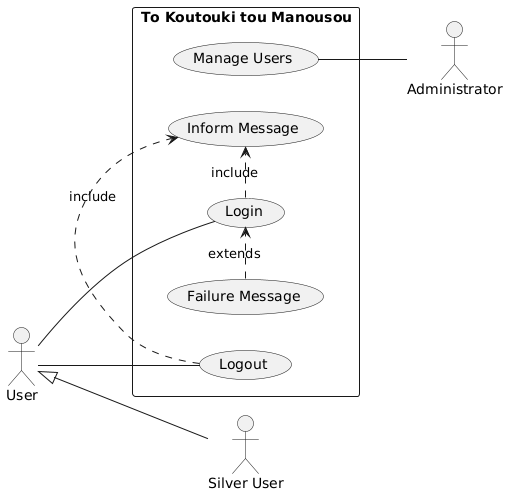
The PlantUML diagram use-case.png in softwareDesign24/collaborateUML-ucd, before a commit.
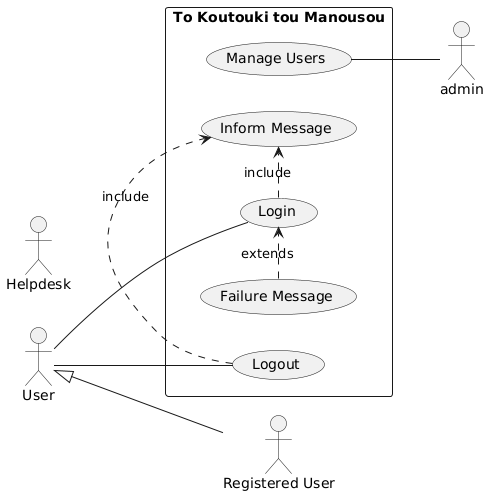
Later version of the same file.

Commit message:
Automated UML diagram generation

What changed in the source:
```diff
@@ -3,8 +3,9 @@
 left to right direction
 
 actor "User" as usr
-actor "Silver User" as s_usr
-actor "Administrator" as admin
+actor "Helpdesk" as hlpdsk
+actor "Registered User" as r_usr
+usr <|-- r_usr
 
 rectangle "To Koutouki tou Manousou" {
   usecase "Login" as UC1
@@ -12,17 +13,55 @@
   usecase "Manage Users" as UC3
   usecase "Inform Message" as UC4
   usecase "Failure Message" as UC5
+
+
+
+
+
+
+
+
+
+
+
+
+
+
+
+
+
 }
 
 usr -- UC1
 usr -- UC2
 admin -up- UC3
 
+
+
+
+
+
+
+
+
+
+
+
+
+
+
+
+
+
+
+
+
+
 UC1 .> UC4 : include
 UC2 .> UC4 : include
 UC5 .> UC1 : extends
 
-usr <|-- s_usr
+
 
 
 
```
